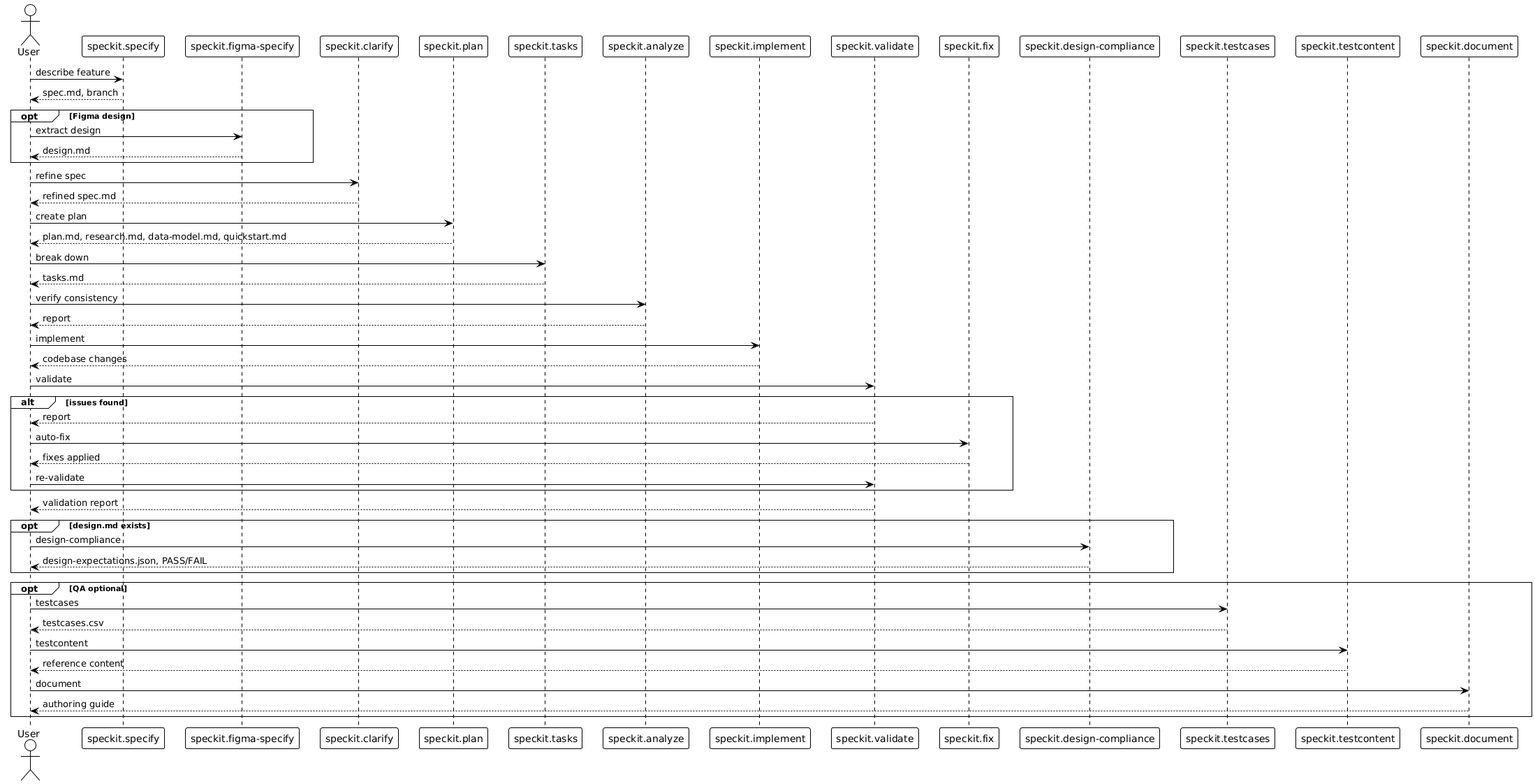
Before: .specify/docs/diagrams/speckit-sequence.png, a diagram exported from PlantUML (mariorodriguez-creator/nitroblocks). The source it was exported from:
```plantuml
@startuml speckit-sequence
!theme plain
actor User
participant "speckit.specify" as specify
participant "speckit.figma-specify" as figma
participant "speckit.clarify" as clarify
participant "speckit.plan" as plan
participant "speckit.tasks" as tasks
participant "speckit.analyze" as analyze
participant "speckit.implement" as implement
participant "speckit.validate" as validate
participant "speckit.fix" as fix
participant "speckit.design-compliance" as dc
participant "speckit.testcases" as tc
participant "speckit.testcontent" as tcontent
participant "speckit.document" as doc

User -> specify : describe feature
specify --> User : spec.md, branch
opt Figma design
  User -> figma : extract design
  figma --> User : design.md
end
User -> clarify : refine spec
clarify --> User : refined spec.md
User -> plan : create plan
plan --> User : plan.md, research.md, data-model.md, quickstart.md
User -> tasks : break down
tasks --> User : tasks.md
User -> analyze : verify consistency
analyze --> User : report
User -> implement : implement
implement --> User : codebase changes
User -> validate : validate
alt issues found
  validate --> User : report
  User -> fix : auto-fix
  fix --> User : fixes applied
  User -> validate : re-validate
end
validate --> User : validation report
opt design.md exists
  User -> dc : design-compliance
  dc --> User : design-expectations.json, PASS/FAIL
end
opt QA optional
  User -> tc : testcases
  tc --> User : testcases.csv
  User -> tcontent : testcontent
  tcontent --> User : reference content
  User -> doc : document
  doc --> User : authoring guide
end
@enduml
```
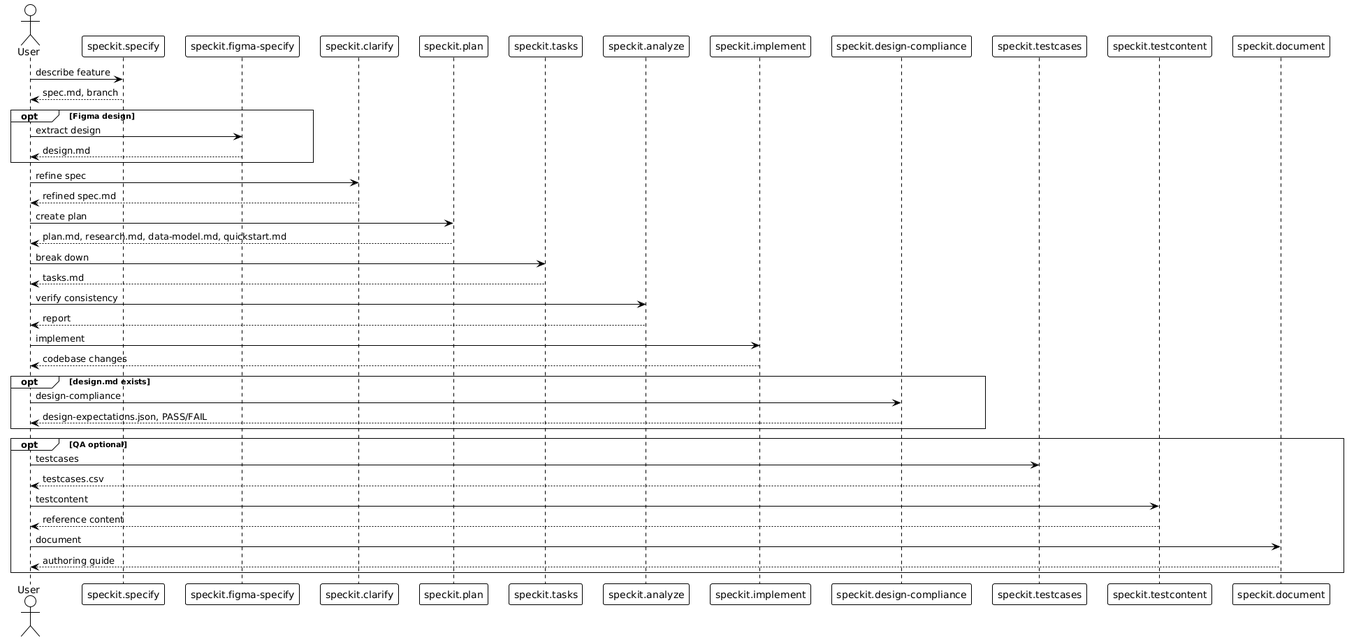
The same diagram one commit later.

Diff of the diagram source:
```diff
@@ -8,8 +8,6 @@
 participant "speckit.tasks" as tasks
 participant "speckit.analyze" as analyze
 participant "speckit.implement" as implement
-participant "speckit.validate" as validate
-participant "speckit.fix" as fix
 participant "speckit.design-compliance" as dc
 participant "speckit.testcases" as tc
 participant "speckit.testcontent" as tcontent
@@ -31,14 +29,6 @@
 analyze --> User : report
 User -> implement : implement
 implement --> User : codebase changes
-User -> validate : validate
-alt issues found
-  validate --> User : report
-  User -> fix : auto-fix
-  fix --> User : fixes applied
-  User -> validate : re-validate
-end
-validate --> User : validation report
 opt design.md exists
   User -> dc : design-compliance
   dc --> User : design-expectations.json, PASS/FAIL
```
